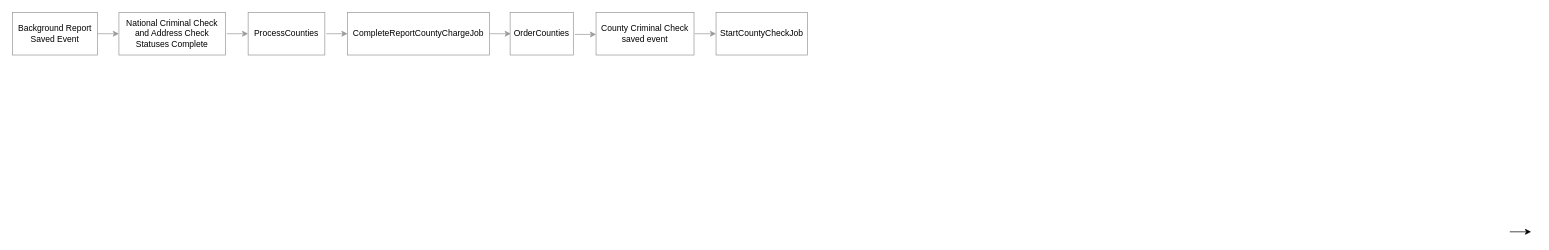
The draw.io diagram SSN trace and current address with NY surcharge.drawio in gregorygonzalez87/diagrams, before the edit. Source tidied: cells renumbered, new cells numbered last; positions are measured from the earlier drawing's top-left corner, leaving out a move shared by most shapes. Both pictures are drawn from the tidied source at 71%, with x=0, y=0 at pixel (12, 12).
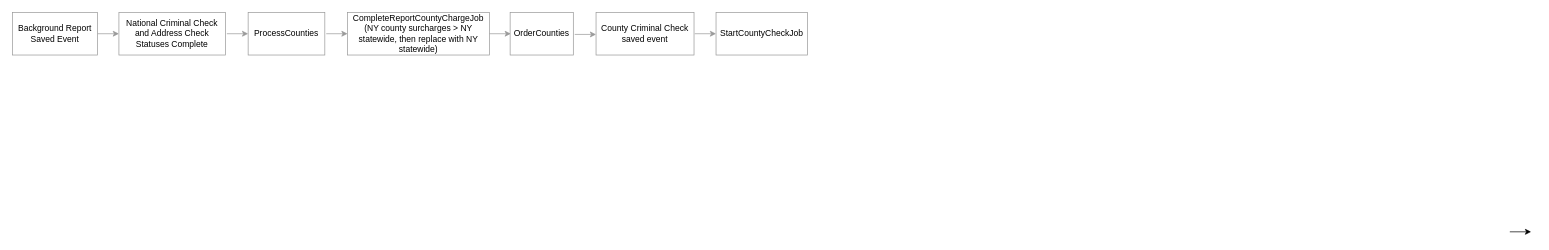
The same diagram, later.

The edit, as a diff of the source:
```diff
@@
-    <mxCell id="6" value="CompleteReportCountyChargeJob" style="rounded=0;whiteSpace=wrap;html=1;strokeColor=#999999;fillColor=#FFFFFF;labelBackgroundColor=none;" parent="1" vertex="1">
+    <mxCell id="6" value="CompleteReportCountyChargeJob&lt;br&gt;(NY county surcharges &amp;gt; NY statewide, then replace with NY statewide)" style="rounded=0;whiteSpace=wrap;html=1;strokeColor=#999999;fillColor=#FFFFFF;labelBackgroundColor=none;" parent="1" vertex="1">
       <mxGeometry x="472" width="200" height="60" as="geometry" />
     </mxCell>
```
